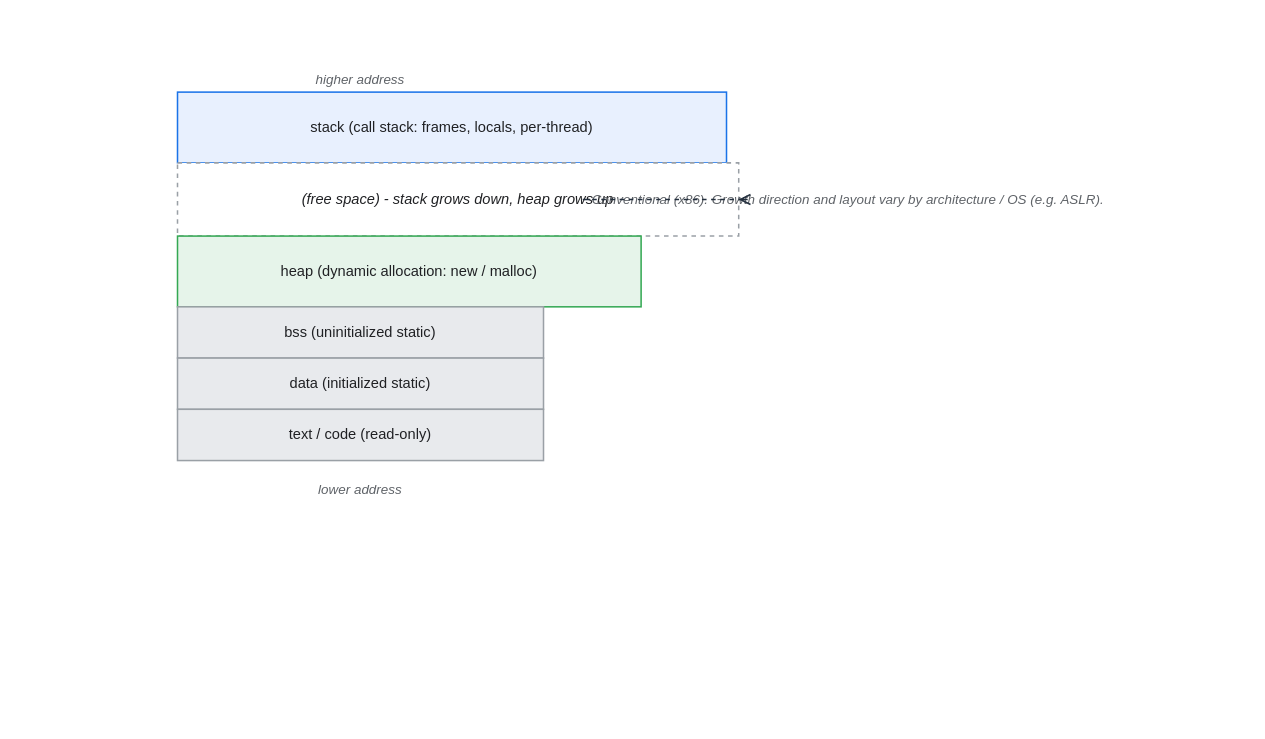
The draw.io diagram assets/img/jvm/jvm-01-process-memory-layout.drawio in KKamJi98/kkamji98.github.io, before the edit. Source tidied: cells renumbered, new cells numbered last; positions are measured from the earlier drawing's top-left corner, leaving out a move shared by most shapes. Both pictures are drawn from the tidied source at 122%, with x=0, y=0 at pixel (177, 57).
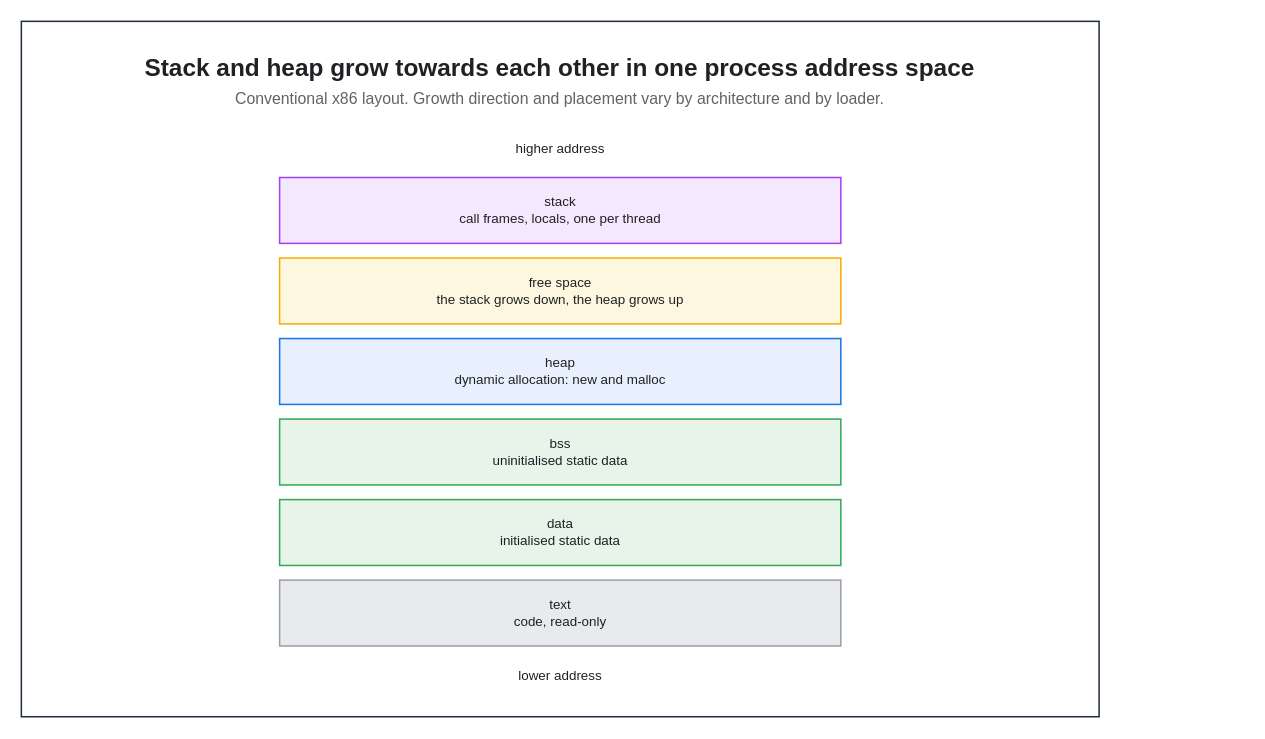
Above is the later version.

What changed in the source:
```diff
@@
 <mxGraphModel background="#FFFFFF">
   <root>
     <mxCell id="0" />
     <mxCell id="1" parent="0" />
+    <mxCell id="12" style="rounded=0;html=0;fillColor=none;strokeColor=#232F3E;fontColor=#202124;strokeWidth=1.25;" parent="1" vertex="1">
+      <mxGeometry x="-128" y="-30" width="883.4" height="570" as="geometry" />
+    </mxCell>
+    <mxCell id="13" value="Stack and heap grow towards each other in one process address space" style="text;html=0;whiteSpace=wrap;fillColor=none;strokeColor=none;fontColor=#202124;fontSize=20;fontStyle=1;align=center;verticalAlign=middle;" parent="1" vertex="1">
+      <mxGeometry x="-106" y="-8" width="839.4" height="30" as="geometry" />
+    </mxCell>
+    <mxCell id="14" value="Conventional x86 layout. Growth direction and placement vary by architecture and by loader." style="text;html=0;whiteSpace=wrap;fillColor=none;strokeColor=none;fontColor=#5F6368;fontSize=13;fontStyle=0;align=center;verticalAlign=middle;" parent="1" vertex="1">
+      <mxGeometry x="-106" y="22" width="839.4" height="22" as="geometry" />
+    </mxCell>
-    <mxCell id="2" value="higher address" style="text;html=0;align=center;verticalAlign=middle;fontSize=11;fontColor=#5F6368;fontStyle=2;" parent="1" vertex="1">
-      <mxGeometry width="300" height="35" as="geometry" />
+    <mxCell id="2" value="higher address" style="text;html=0;whiteSpace=wrap;fillColor=none;strokeColor=none;fontColor=#202124;fontSize=11;fontStyle=0;align=center;verticalAlign=middle;" parent="1" vertex="1">
+      <mxGeometry x="225.7" y="62" width="176" height="24" as="geometry" />
     </mxCell>
-    <mxCell id="3" value="stack  (call stack: frames, locals, per-thread)" style="rounded=0;whiteSpace=wrap;html=0;shadow=0;fillColor=#E8F0FE;strokeColor=#1A73E8;fontColor=#202124;strokeWidth=1.25;" parent="1" vertex="1">
-      <mxGeometry y="28" width="450" height="58" as="geometry" />
+    <mxCell id="3" value="stack&#10;call frames, locals, one per thread" style="rounded=0;whiteSpace=wrap;html=0;fillColor=#F3E8FD;strokeColor=#A142F4;fontColor=#202124;fontSize=11;fontStyle=0;align=center;verticalAlign=middle;spacingLeft=6;spacingRight=6;strokeWidth=1.25;" parent="1" vertex="1">
+      <mxGeometry x="83.7" y="98" width="460" height="54" as="geometry" />
     </mxCell>
-    <mxCell id="4" value="(free space)  -  stack grows down, heap grows up" style="rounded=0;whiteSpace=wrap;html=0;shadow=0;fillColor=#FFFFFF;strokeColor=#9AA0A6;fontColor=#202124;fontStyle=2;dashed=1;strokeWidth=1.25;" parent="1" vertex="1">
-      <mxGeometry y="86" width="460" height="60" as="geometry" />
+    <mxCell id="4" value="free space&#10;the stack grows down, the heap grows up" style="rounded=0;whiteSpace=wrap;html=0;fillColor=#FEF7E0;strokeColor=#F9AB00;fontColor=#202124;fontSize=11;fontStyle=0;align=center;verticalAlign=middle;spacingLeft=6;spacingRight=6;strokeWidth=1.25;" parent="1" vertex="1">
+      <mxGeometry x="83.7" y="164" width="460" height="54" as="geometry" />
     </mxCell>
-    <mxCell id="5" value="heap  (dynamic allocation: new / malloc)" style="rounded=0;whiteSpace=wrap;html=0;shadow=0;fillColor=#E6F4EA;strokeColor=#34A853;fontColor=#202124;strokeWidth=1.25;" parent="1" vertex="1">
-      <mxGeometry y="146" width="380" height="58" as="geometry" />
+    <mxCell id="5" value="heap&#10;dynamic allocation: new and malloc" style="rounded=0;whiteSpace=wrap;html=0;fillColor=#E8F0FE;strokeColor=#1A73E8;fontColor=#202124;fontSize=11;fontStyle=0;align=center;verticalAlign=middle;spacingLeft=6;spacingRight=6;strokeWidth=1.25;" parent="1" vertex="1">
+      <mxGeometry x="83.7" y="230" width="460" height="54" as="geometry" />
     </mxCell>
-    <mxCell id="6" value="bss  (uninitialized static)" style="rounded=0;whiteSpace=wrap;html=0;shadow=0;fillColor=#E8EAED;strokeColor=#9AA0A6;fontColor=#202124;strokeWidth=1.25;" parent="1" vertex="1">
-      <mxGeometry y="204" width="300" height="42" as="geometry" />
+    <mxCell id="6" value="bss&#10;uninitialised static data" style="rounded=0;whiteSpace=wrap;html=0;fillColor=#E6F4EA;strokeColor=#34A853;fontColor=#202124;fontSize=11;fontStyle=0;align=center;verticalAlign=middle;spacingLeft=6;spacingRight=6;strokeWidth=1.25;" parent="1" vertex="1">
+      <mxGeometry x="83.7" y="296" width="460" height="54" as="geometry" />
     </mxCell>
-    <mxCell id="7" value="data  (initialized static)" style="rounded=0;whiteSpace=wrap;html=0;shadow=0;fillColor=#E8EAED;strokeColor=#9AA0A6;fontColor=#202124;strokeWidth=1.25;" parent="1" vertex="1">
-      <mxGeometry y="246" width="300" height="42" as="geometry" />
+    <mxCell id="7" value="data&#10;initialised static data" style="rounded=0;whiteSpace=wrap;html=0;fillColor=#E6F4EA;strokeColor=#34A853;fontColor=#202124;fontSize=11;fontStyle=0;align=center;verticalAlign=middle;spacingLeft=6;spacingRight=6;strokeWidth=1.25;" parent="1" vertex="1">
+      <mxGeometry x="83.7" y="362" width="460" height="54" as="geometry" />
     </mxCell>
-    <mxCell id="8" value="text / code  (read-only)" style="rounded=0;whiteSpace=wrap;html=0;shadow=0;fillColor=#E8EAED;strokeColor=#9AA0A6;fontColor=#202124;strokeWidth=1.25;" parent="1" vertex="1">
-      <mxGeometry y="288" width="300" height="42" as="geometry" />
+    <mxCell id="8" value="text&#10;code, read-only" style="rounded=0;whiteSpace=wrap;html=0;fillColor=#E8EAED;strokeColor=#9AA0A6;fontColor=#202124;fontSize=11;fontStyle=0;align=center;verticalAlign=middle;spacingLeft=6;spacingRight=6;strokeWidth=1.25;" parent="1" vertex="1">
+      <mxGeometry x="83.7" y="428" width="460" height="54" as="geometry" />
     </mxCell>
-    <mxCell id="9" value="lower address" style="text;html=0;align=center;verticalAlign=middle;fontSize=11;fontColor=#5F6368;fontStyle=2;" parent="1" vertex="1">
-      <mxGeometry y="336" width="300" height="35" as="geometry" />
+    <mxCell id="9" value="lower address" style="text;html=0;whiteSpace=wrap;fillColor=none;strokeColor=none;fontColor=#202124;fontSize=11;fontStyle=0;align=center;verticalAlign=middle;" parent="1" vertex="1">
+      <mxGeometry x="225.7" y="494" width="176" height="24" as="geometry" />
     </mxCell>
-    <mxCell id="10" value="Conventional (x86). Growth direction and layout vary by architecture / OS (e.g. ASLR)." style="text;html=0;align=left;verticalAlign=middle;whiteSpace=wrap;fontSize=11;fontColor=#5F6368;fontStyle=2;" parent="1" vertex="1">
-      <mxGeometry x="338" y="82" width="536" height="68" as="geometry" />
-    </mxCell>
-    <mxCell id="11" style="edgeStyle=orthogonalEdgeStyle;rounded=1;html=0;dashed=1;strokeColor=#232F3E;fontColor=#202124;labelBackgroundColor=none;endArrow=open;endSize=7;exitX=0;exitY=0.5;exitDx=0;exitDy=0;entryX=1;entryY=0.5;entryDx=0;entryDy=0;strokeWidth=1.25;" parent="1" edge="1" source="10" target="4">
-      <mxGeometry relative="1" as="geometry" />
-    </mxCell>
   </root>
 </mxGraphModel>
```
